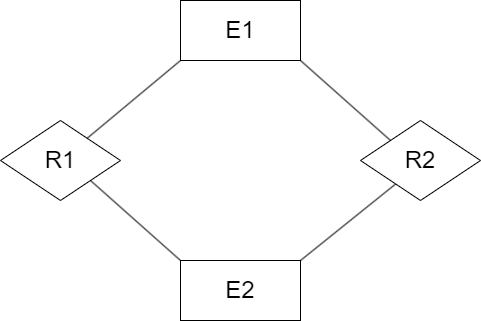
Above: VD2b (Chương 2).png in datnham0212/learning (draw.io), before the change. Source tidied: cells renumbered, new cells last; positions are measured from the earlier drawing's top-left corner, leaving out a move shared by most shapes.
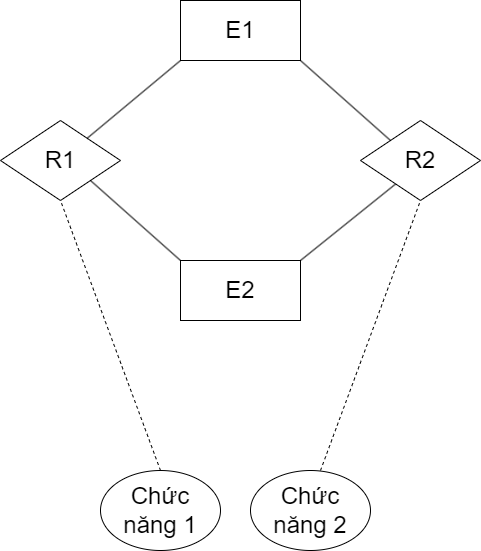
Above is the later version.

The edit, as a diff of the source:
```diff
@@ -33,5 +33,23 @@
     <mxCell id="9" style="endArrow=none;html=1;rounded=0;entryX=1;entryY=1;entryDx=0;entryDy=0;fontSize=24;exitX=0;exitY=0;exitDx=0;exitDy=0;" parent="1" edge="1" source="3" target="4">
       <mxGeometry relative="1" as="geometry" />
     </mxCell>
+    <mxCell id="10" style="endArrow=none;dashed=1;html=1;rounded=0;" parent="1" edge="1">
+      <mxGeometry relative="1" as="geometry">
+        <mxPoint x="320" y="470" as="sourcePoint" />
+        <mxPoint x="420" y="200" as="targetPoint" />
+      </mxGeometry>
+    </mxCell>
+    <mxCell id="11" style="endArrow=none;dashed=1;html=1;rounded=0;" parent="1" edge="1">
+      <mxGeometry relative="1" as="geometry">
+        <mxPoint x="160" y="470" as="sourcePoint" />
+        <mxPoint x="60" y="200" as="targetPoint" />
+      </mxGeometry>
+    </mxCell>
+    <mxCell id="12" value="Chức năng 2" style="ellipse;whiteSpace=wrap;html=1;fontSize=24;" parent="1" vertex="1">
+      <mxGeometry x="250" y="470" width="120" height="80" as="geometry" />
+    </mxCell>
+    <mxCell id="13" value="Chức năng 1" style="ellipse;whiteSpace=wrap;html=1;fontSize=24;" parent="1" vertex="1">
+      <mxGeometry x="100" y="470" width="120" height="80" as="geometry" />
+    </mxCell>
   </root>
 </mxGraphModel>
```
